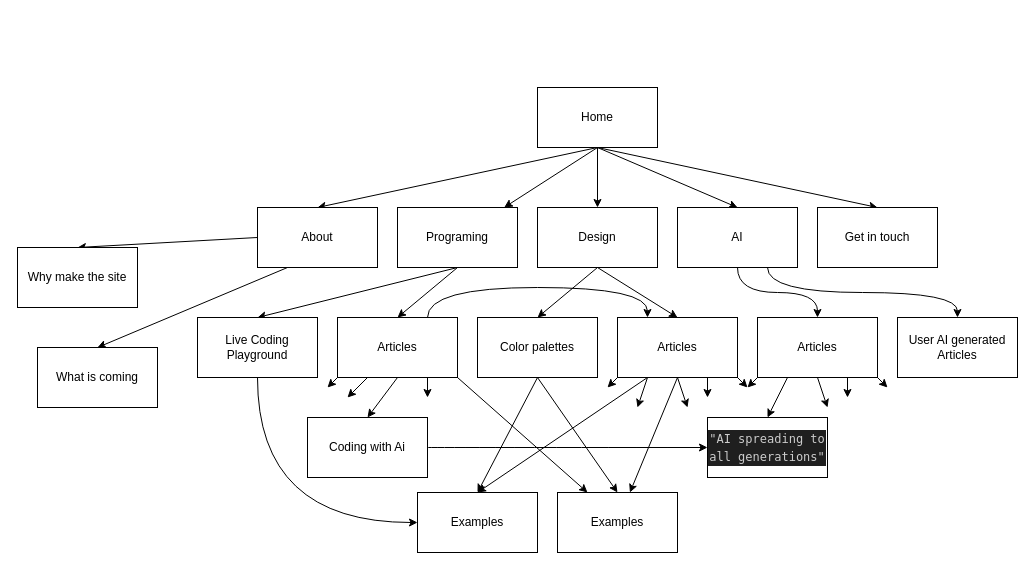
Earlier version of the draw.io diagram sitemap.drawio (Mikkelflassen/AI-blog). Source tidied: cells renumbered, new cells numbered last; positions are measured from the earlier drawing's top-left corner, leaving out a move shared by most shapes. Both pictures are drawn from the tidied source at 100%, with x=0, y=0 at pixel (17, 87).
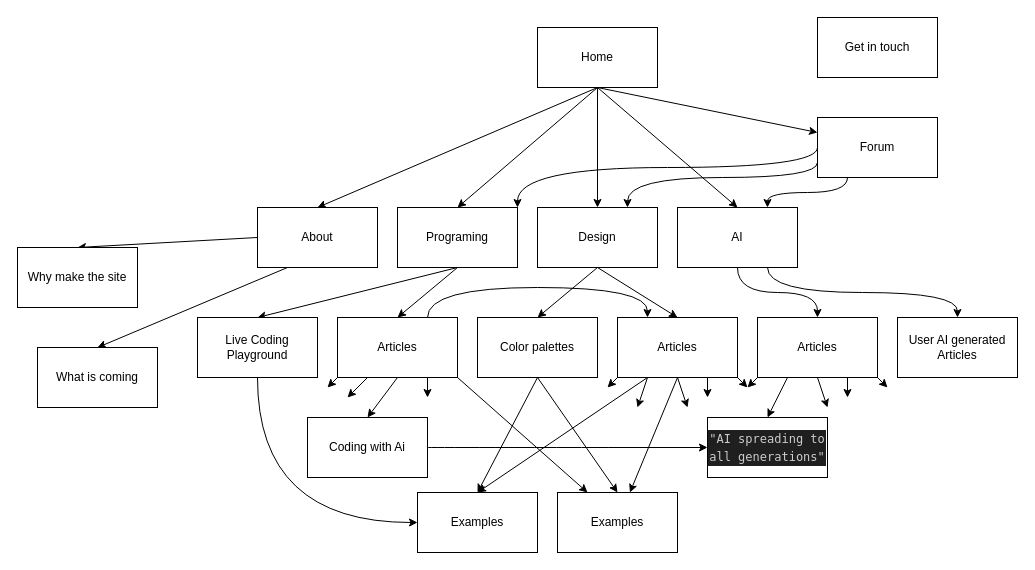
The same page after the edit.

The change refers to these unchanged cells:
```xml
<mxCell id="10" value="Programing" style="rounded=0;whiteSpace=wrap;html=1;" parent="1" vertex="1">
  <mxGeometry x="380" y="120" width="120" height="60" as="geometry" />
</mxCell>
<mxCell id="16" value="Design" style="rounded=0;whiteSpace=wrap;html=1;" parent="1" vertex="1">
  <mxGeometry x="520" y="120" width="120" height="60" as="geometry" />
</mxCell>
<mxCell id="19" value="AI" style="rounded=0;whiteSpace=wrap;html=1;" parent="1" vertex="1">
  <mxGeometry x="660" y="120" width="120" height="60" as="geometry" />
</mxCell>
```

What changed in the source:
```diff
@@
-    <mxCell id="2" style="edgeStyle=none;html=1;exitX=0.5;exitY=1;exitDx=0;exitDy=0;" parent="1" edge="1" source="7" target="10">
+    <mxCell id="2" style="edgeStyle=none;html=1;exitX=0.5;exitY=1;exitDx=0;exitDy=0;entryX=0.5;entryY=0;entryDx=0;entryDy=0;" parent="1" edge="1" source="7" target="10">
       <mxGeometry relative="1" as="geometry" />
     </mxCell>
@@
-    <mxCell id="6" style="edgeStyle=none;html=1;exitX=0.5;exitY=1;exitDx=0;exitDy=0;entryX=0.5;entryY=0;entryDx=0;entryDy=0;" parent="1" edge="1" source="7" target="20">
+    <mxCell id="6" style="edgeStyle=none;html=1;exitX=0.5;exitY=1;exitDx=0;exitDy=0;entryX=0;entryY=0.25;entryDx=0;entryDy=0;" parent="1" edge="1" source="7" target="20">
       <mxGeometry relative="1" as="geometry" />
     </mxCell>
     <mxCell id="7" value="Home" style="rounded=0;whiteSpace=wrap;html=1;" parent="1" vertex="1">
-      <mxGeometry x="520" width="120" height="60" as="geometry" />
+      <mxGeometry x="520" y="-60" width="120" height="60" as="geometry" />
     </mxCell>
@@
+    <mxCell id="55" style="edgeStyle=orthogonalEdgeStyle;curved=1;html=1;exitX=0.25;exitY=1;exitDx=0;exitDy=0;entryX=0.75;entryY=0;entryDx=0;entryDy=0;" parent="1" edge="1" source="20" target="19">
+      <mxGeometry relative="1" as="geometry" />
+    </mxCell>
+    <mxCell id="56" style="edgeStyle=orthogonalEdgeStyle;curved=1;html=1;exitX=0;exitY=0.75;exitDx=0;exitDy=0;entryX=0.75;entryY=0;entryDx=0;entryDy=0;" parent="1" edge="1" source="20" target="16">
+      <mxGeometry relative="1" as="geometry">
+        <Array as="points">
+          <mxPoint x="800" y="90" />
+          <mxPoint x="610" y="90" />
+        </Array>
+      </mxGeometry>
+    </mxCell>
+    <mxCell id="57" style="edgeStyle=orthogonalEdgeStyle;curved=1;html=1;exitX=0;exitY=0.5;exitDx=0;exitDy=0;entryX=1;entryY=0;entryDx=0;entryDy=0;" parent="1" edge="1" source="20" target="10">
+      <mxGeometry relative="1" as="geometry">
+        <Array as="points">
+          <mxPoint x="800" y="80" />
+          <mxPoint x="500" y="80" />
+        </Array>
+      </mxGeometry>
+    </mxCell>
-    <mxCell id="20" value="Get in touch" style="rounded=0;whiteSpace=wrap;html=1;" parent="1" vertex="1">
-      <mxGeometry x="800" y="120" width="120" height="60" as="geometry" />
+    <mxCell id="20" value="Forum" style="rounded=0;whiteSpace=wrap;html=1;" parent="1" vertex="1">
+      <mxGeometry x="800" y="30" width="120" height="60" as="geometry" />
     </mxCell>
@@
+    <mxCell id="58" value="Get in touch" style="rounded=0;whiteSpace=wrap;html=1;" parent="1" vertex="1">
+      <mxGeometry x="800" y="-70" width="120" height="60" as="geometry" />
+    </mxCell>
```
